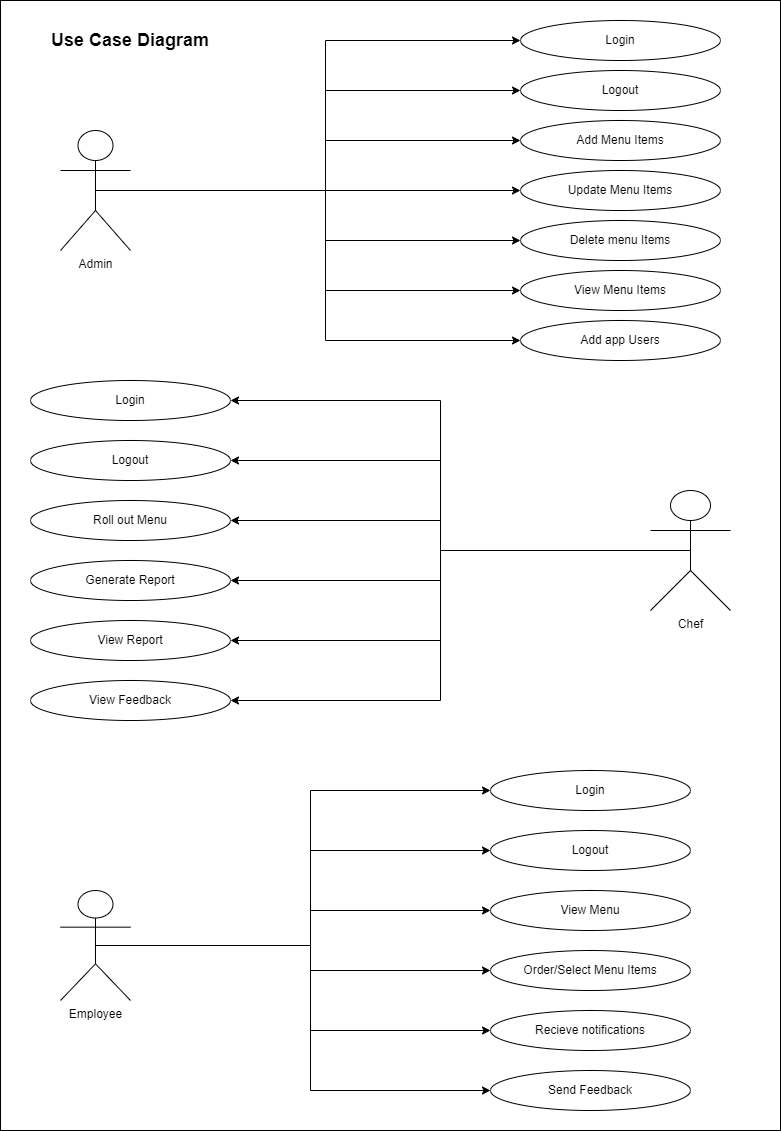
The draw.io diagram UML Diagrams/Use Case Diagram/UseCaseDiagram.drawio.png in Poyam-ITT/Cafeteria_Recommendation_Engine, before a commit. Source tidied: cells renumbered, new cells last; positions are measured from the earlier drawing's top-left corner, leaving out a move shared by most shapes.
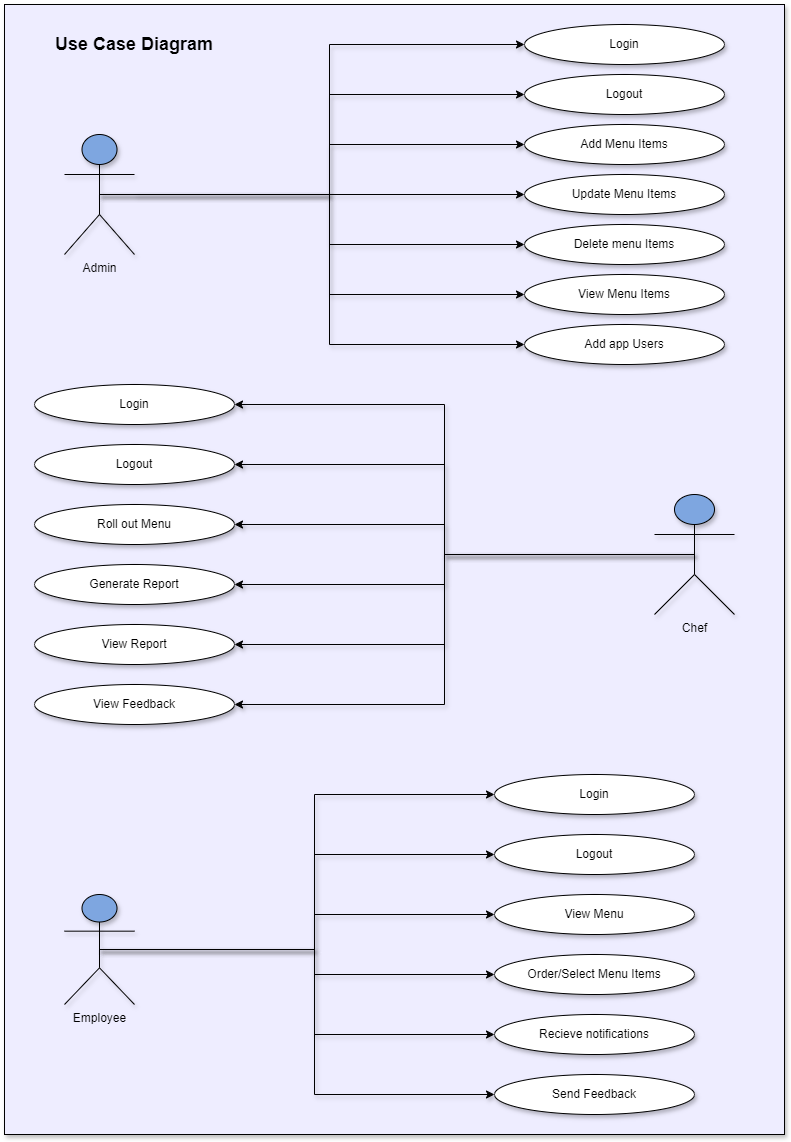
Above is the later version.

Commit message:
Updated Use cases colours

Diff of the diagram source:
```diff
@@ -2,133 +2,133 @@
   <root>
     <mxCell id="0" />
     <mxCell id="1" parent="0" />
-    <mxCell id="2" style="rounded=0;whiteSpace=wrap;html=1;" parent="1" vertex="1">
+    <mxCell id="2" style="rounded=0;whiteSpace=wrap;html=1;fillColor=#EEEDFF;shadow=1;" parent="1" vertex="1">
       <mxGeometry width="780" height="1130" as="geometry" />
     </mxCell>
-    <mxCell id="3" style="edgeStyle=orthogonalEdgeStyle;rounded=0;jettySize=auto;html=1;exitX=0.5;exitY=0.5;exitDx=0;exitDy=0;exitPerimeter=0;entryX=0;entryY=0.5;entryDx=0;entryDy=0;" parent="1" edge="1" source="8" target="40">
+    <mxCell id="3" style="edgeStyle=orthogonalEdgeStyle;rounded=0;jettySize=auto;html=1;exitX=0.5;exitY=0.5;exitDx=0;exitDy=0;exitPerimeter=0;entryX=0;entryY=0.5;entryDx=0;entryDy=0;shadow=1;" parent="1" edge="1" source="8" target="40">
       <mxGeometry relative="1" as="geometry" />
     </mxCell>
-    <mxCell id="4" style="edgeStyle=orthogonalEdgeStyle;rounded=0;jettySize=auto;html=1;exitX=0.5;exitY=0.5;exitDx=0;exitDy=0;exitPerimeter=0;entryX=0;entryY=0.5;entryDx=0;entryDy=0;" parent="1" edge="1" source="8" target="39">
+    <mxCell id="4" style="edgeStyle=orthogonalEdgeStyle;rounded=0;jettySize=auto;html=1;exitX=0.5;exitY=0.5;exitDx=0;exitDy=0;exitPerimeter=0;entryX=0;entryY=0.5;entryDx=0;entryDy=0;shadow=1;" parent="1" edge="1" source="8" target="39">
       <mxGeometry relative="1" as="geometry" />
     </mxCell>
-    <mxCell id="5" style="edgeStyle=orthogonalEdgeStyle;rounded=0;jettySize=auto;html=1;exitX=0.5;exitY=0.5;exitDx=0;exitDy=0;exitPerimeter=0;entryX=0;entryY=0.5;entryDx=0;entryDy=0;" parent="1" edge="1" source="8" target="38">
+    <mxCell id="5" style="edgeStyle=orthogonalEdgeStyle;rounded=0;jettySize=auto;html=1;exitX=0.5;exitY=0.5;exitDx=0;exitDy=0;exitPerimeter=0;entryX=0;entryY=0.5;entryDx=0;entryDy=0;shadow=1;" parent="1" edge="1" source="8" target="38">
       <mxGeometry relative="1" as="geometry" />
     </mxCell>
-    <mxCell id="6" style="edgeStyle=orthogonalEdgeStyle;rounded=0;jettySize=auto;html=1;exitX=0.5;exitY=0.5;exitDx=0;exitDy=0;exitPerimeter=0;entryX=0;entryY=0.5;entryDx=0;entryDy=0;" parent="1" edge="1" source="8" target="37">
+    <mxCell id="6" style="edgeStyle=orthogonalEdgeStyle;rounded=0;jettySize=auto;html=1;exitX=0.5;exitY=0.5;exitDx=0;exitDy=0;exitPerimeter=0;entryX=0;entryY=0.5;entryDx=0;entryDy=0;shadow=1;" parent="1" edge="1" source="8" target="37">
       <mxGeometry relative="1" as="geometry" />
     </mxCell>
-    <mxCell id="7" style="edgeStyle=orthogonalEdgeStyle;rounded=0;jettySize=auto;html=1;exitX=0.5;exitY=0.5;exitDx=0;exitDy=0;exitPerimeter=0;entryX=0;entryY=0.5;entryDx=0;entryDy=0;" parent="1" edge="1" source="8" target="42">
+    <mxCell id="7" style="edgeStyle=orthogonalEdgeStyle;rounded=0;jettySize=auto;html=1;exitX=0.5;exitY=0.5;exitDx=0;exitDy=0;exitPerimeter=0;entryX=0;entryY=0.5;entryDx=0;entryDy=0;shadow=1;" parent="1" edge="1" source="8" target="42">
       <mxGeometry relative="1" as="geometry" />
     </mxCell>
-    <mxCell id="8" value="Employee" style="shape=umlActor;verticalLabelPosition=bottom;verticalAlign=top;html=1;outlineConnect=0;" parent="1" vertex="1">
+    <mxCell id="8" value="Employee" style="shape=umlActor;verticalLabelPosition=bottom;verticalAlign=top;html=1;outlineConnect=0;fillColor=#7EA6E0;shadow=1;" parent="1" vertex="1">
       <mxGeometry x="60" y="890" width="70" height="110" as="geometry" />
     </mxCell>
-    <mxCell id="9" style="edgeStyle=orthogonalEdgeStyle;rounded=0;jettySize=auto;html=1;exitX=0.5;exitY=0.5;exitDx=0;exitDy=0;exitPerimeter=0;entryX=1;entryY=0.5;entryDx=0;entryDy=0;" parent="1" edge="1" source="15" target="32">
+    <mxCell id="9" style="edgeStyle=orthogonalEdgeStyle;rounded=0;jettySize=auto;html=1;exitX=0.5;exitY=0.5;exitDx=0;exitDy=0;exitPerimeter=0;entryX=1;entryY=0.5;entryDx=0;entryDy=0;shadow=1;" parent="1" edge="1" source="15" target="32">
       <mxGeometry relative="1" as="geometry" />
     </mxCell>
-    <mxCell id="10" style="edgeStyle=orthogonalEdgeStyle;rounded=0;jettySize=auto;html=1;exitX=0.5;exitY=0.5;exitDx=0;exitDy=0;exitPerimeter=0;entryX=1;entryY=0.5;entryDx=0;entryDy=0;" parent="1" edge="1" source="15" target="31">
+    <mxCell id="10" style="edgeStyle=orthogonalEdgeStyle;rounded=0;jettySize=auto;html=1;exitX=0.5;exitY=0.5;exitDx=0;exitDy=0;exitPerimeter=0;entryX=1;entryY=0.5;entryDx=0;entryDy=0;shadow=1;" parent="1" edge="1" source="15" target="31">
       <mxGeometry relative="1" as="geometry" />
     </mxCell>
-    <mxCell id="11" style="edgeStyle=orthogonalEdgeStyle;rounded=0;jettySize=auto;html=1;exitX=0.5;exitY=0.5;exitDx=0;exitDy=0;exitPerimeter=0;entryX=1;entryY=0.5;entryDx=0;entryDy=0;" parent="1" edge="1" source="15" target="30">
+    <mxCell id="11" style="edgeStyle=orthogonalEdgeStyle;rounded=0;jettySize=auto;html=1;exitX=0.5;exitY=0.5;exitDx=0;exitDy=0;exitPerimeter=0;entryX=1;entryY=0.5;entryDx=0;entryDy=0;shadow=1;" parent="1" edge="1" source="15" target="30">
       <mxGeometry relative="1" as="geometry" />
     </mxCell>
-    <mxCell id="12" style="edgeStyle=orthogonalEdgeStyle;rounded=0;jettySize=auto;html=1;exitX=0.5;exitY=0.5;exitDx=0;exitDy=0;exitPerimeter=0;entryX=1;entryY=0.5;entryDx=0;entryDy=0;" parent="1" edge="1" source="15" target="29">
+    <mxCell id="12" style="edgeStyle=orthogonalEdgeStyle;rounded=0;jettySize=auto;html=1;exitX=0.5;exitY=0.5;exitDx=0;exitDy=0;exitPerimeter=0;entryX=1;entryY=0.5;entryDx=0;entryDy=0;shadow=1;" parent="1" edge="1" source="15" target="29">
       <mxGeometry relative="1" as="geometry" />
     </mxCell>
-    <mxCell id="13" style="edgeStyle=orthogonalEdgeStyle;rounded=0;jettySize=auto;html=1;exitX=0.5;exitY=0.5;exitDx=0;exitDy=0;exitPerimeter=0;entryX=1;entryY=0.5;entryDx=0;entryDy=0;" parent="1" edge="1" source="15" target="28">
+    <mxCell id="13" style="edgeStyle=orthogonalEdgeStyle;rounded=0;jettySize=auto;html=1;exitX=0.5;exitY=0.5;exitDx=0;exitDy=0;exitPerimeter=0;entryX=1;entryY=0.5;entryDx=0;entryDy=0;shadow=1;" parent="1" edge="1" source="15" target="28">
       <mxGeometry relative="1" as="geometry" />
     </mxCell>
-    <mxCell id="14" style="edgeStyle=orthogonalEdgeStyle;rounded=0;jettySize=auto;html=1;exitX=0.5;exitY=0.5;exitDx=0;exitDy=0;exitPerimeter=0;entryX=1;entryY=0.5;entryDx=0;entryDy=0;" parent="1" edge="1" source="15" target="27">
+    <mxCell id="14" style="edgeStyle=orthogonalEdgeStyle;rounded=0;jettySize=auto;html=1;exitX=0.5;exitY=0.5;exitDx=0;exitDy=0;exitPerimeter=0;entryX=1;entryY=0.5;entryDx=0;entryDy=0;shadow=1;" parent="1" edge="1" source="15" target="27">
       <mxGeometry relative="1" as="geometry" />
     </mxCell>
-    <mxCell id="15" value="Chef" style="shape=umlActor;verticalLabelPosition=bottom;verticalAlign=top;html=1;outlineConnect=0;" parent="1" vertex="1">
+    <mxCell id="15" value="Chef" style="shape=umlActor;verticalLabelPosition=bottom;verticalAlign=top;html=1;outlineConnect=0;fillColor=#7EA6E0;shadow=1;" parent="1" vertex="1">
       <mxGeometry x="650" y="490" width="80" height="120" as="geometry" />
     </mxCell>
-    <mxCell id="16" style="edgeStyle=orthogonalEdgeStyle;rounded=0;jettySize=auto;html=1;entryX=0;entryY=0.5;entryDx=0;entryDy=0;" parent="1" edge="1" source="22" target="23">
+    <mxCell id="16" style="edgeStyle=orthogonalEdgeStyle;rounded=0;jettySize=auto;html=1;entryX=0;entryY=0.5;entryDx=0;entryDy=0;shadow=1;" parent="1" edge="1" source="22" target="23">
       <mxGeometry relative="1" as="geometry" />
     </mxCell>
-    <mxCell id="17" style="edgeStyle=orthogonalEdgeStyle;rounded=0;jettySize=auto;html=1;exitX=0.5;exitY=0.5;exitDx=0;exitDy=0;exitPerimeter=0;entryX=0;entryY=0.5;entryDx=0;entryDy=0;" parent="1" edge="1" source="22" target="24">
+    <mxCell id="17" style="edgeStyle=orthogonalEdgeStyle;rounded=0;jettySize=auto;html=1;exitX=0.5;exitY=0.5;exitDx=0;exitDy=0;exitPerimeter=0;entryX=0;entryY=0.5;entryDx=0;entryDy=0;shadow=1;" parent="1" edge="1" source="22" target="24">
       <mxGeometry relative="1" as="geometry" />
     </mxCell>
-    <mxCell id="18" style="edgeStyle=orthogonalEdgeStyle;rounded=0;jettySize=auto;html=1;exitX=0.5;exitY=0.5;exitDx=0;exitDy=0;exitPerimeter=0;entryX=0;entryY=0.5;entryDx=0;entryDy=0;" parent="1" edge="1" source="22" target="25">
+    <mxCell id="18" style="edgeStyle=orthogonalEdgeStyle;rounded=0;jettySize=auto;html=1;exitX=0.5;exitY=0.5;exitDx=0;exitDy=0;exitPerimeter=0;entryX=0;entryY=0.5;entryDx=0;entryDy=0;shadow=1;" parent="1" edge="1" source="22" target="25">
       <mxGeometry relative="1" as="geometry" />
     </mxCell>
-    <mxCell id="19" style="edgeStyle=orthogonalEdgeStyle;rounded=0;jettySize=auto;html=1;exitX=0.5;exitY=0.5;exitDx=0;exitDy=0;exitPerimeter=0;" parent="1" edge="1" source="22" target="26">
+    <mxCell id="19" style="edgeStyle=orthogonalEdgeStyle;rounded=0;jettySize=auto;html=1;exitX=0.5;exitY=0.5;exitDx=0;exitDy=0;exitPerimeter=0;shadow=1;" parent="1" edge="1" source="22" target="26">
       <mxGeometry relative="1" as="geometry" />
     </mxCell>
-    <mxCell id="20" style="edgeStyle=orthogonalEdgeStyle;rounded=0;jettySize=auto;html=1;exitX=0.5;exitY=0.5;exitDx=0;exitDy=0;exitPerimeter=0;entryX=0;entryY=0.5;entryDx=0;entryDy=0;" parent="1" edge="1" source="22" target="33">
+    <mxCell id="20" style="edgeStyle=orthogonalEdgeStyle;rounded=0;jettySize=auto;html=1;exitX=0.5;exitY=0.5;exitDx=0;exitDy=0;exitPerimeter=0;entryX=0;entryY=0.5;entryDx=0;entryDy=0;shadow=1;" parent="1" edge="1" source="22" target="33">
       <mxGeometry relative="1" as="geometry" />
     </mxCell>
-    <mxCell id="21" style="edgeStyle=orthogonalEdgeStyle;rounded=0;jettySize=auto;html=1;exitX=0.5;exitY=0.5;exitDx=0;exitDy=0;exitPerimeter=0;entryX=0;entryY=0.5;entryDx=0;entryDy=0;" parent="1" edge="1" source="22" target="34">
+    <mxCell id="21" style="edgeStyle=orthogonalEdgeStyle;rounded=0;jettySize=auto;html=1;exitX=0.5;exitY=0.5;exitDx=0;exitDy=0;exitPerimeter=0;entryX=0;entryY=0.5;entryDx=0;entryDy=0;shadow=1;" parent="1" edge="1" source="22" target="34">
       <mxGeometry relative="1" as="geometry" />
     </mxCell>
-    <mxCell id="22" value="Admin" style="shape=umlActor;verticalLabelPosition=bottom;verticalAlign=top;html=1;outlineConnect=0;fillColor=default;" parent="1" vertex="1">
+    <mxCell id="22" value="Admin" style="shape=umlActor;verticalLabelPosition=bottom;verticalAlign=top;html=1;outlineConnect=0;fillColor=#7EA6E0;shadow=1;" parent="1" vertex="1">
       <mxGeometry x="60" y="130" width="70" height="120" as="geometry" />
     </mxCell>
-    <mxCell id="23" value="Login" style="ellipse;whiteSpace=wrap;html=1;" parent="1" vertex="1">
+    <mxCell id="23" value="Login" style="ellipse;whiteSpace=wrap;html=1;shadow=1;" parent="1" vertex="1">
       <mxGeometry x="520" y="20" width="200" height="40" as="geometry" />
     </mxCell>
-    <mxCell id="24" value="Logout" style="ellipse;whiteSpace=wrap;html=1;" parent="1" vertex="1">
+    <mxCell id="24" value="Logout" style="ellipse;whiteSpace=wrap;html=1;shadow=1;" parent="1" vertex="1">
       <mxGeometry x="520" y="70" width="200" height="40" as="geometry" />
     </mxCell>
-    <mxCell id="25" value="Add Menu Items" style="ellipse;whiteSpace=wrap;html=1;" parent="1" vertex="1">
+    <mxCell id="25" value="Add Menu Items" style="ellipse;whiteSpace=wrap;html=1;shadow=1;" parent="1" vertex="1">
       <mxGeometry x="520" y="120" width="200" height="40" as="geometry" />
     </mxCell>
-    <mxCell id="26" value="Update Menu Items" style="ellipse;whiteSpace=wrap;html=1;" parent="1" vertex="1">
+    <mxCell id="26" value="Update Menu Items" style="ellipse;whiteSpace=wrap;html=1;shadow=1;" parent="1" vertex="1">
       <mxGeometry x="520" y="170" width="200" height="40" as="geometry" />
     </mxCell>
-    <mxCell id="27" value="View Feedback" style="ellipse;whiteSpace=wrap;html=1;" parent="1" vertex="1">
+    <mxCell id="27" value="View Feedback" style="ellipse;whiteSpace=wrap;html=1;shadow=1;" parent="1" vertex="1">
       <mxGeometry x="30" y="680" width="200" height="40" as="geometry" />
     </mxCell>
-    <mxCell id="28" value="View Report" style="ellipse;whiteSpace=wrap;html=1;" parent="1" vertex="1">
+    <mxCell id="28" value="View Report" style="ellipse;whiteSpace=wrap;html=1;shadow=1;" parent="1" vertex="1">
       <mxGeometry x="30" y="620" width="200" height="40" as="geometry" />
     </mxCell>
-    <mxCell id="29" value="Generate Report" style="ellipse;whiteSpace=wrap;html=1;" parent="1" vertex="1">
+    <mxCell id="29" value="Generate Report" style="ellipse;whiteSpace=wrap;html=1;shadow=1;" parent="1" vertex="1">
       <mxGeometry x="30" y="560" width="200" height="40" as="geometry" />
     </mxCell>
-    <mxCell id="30" value="Roll out Menu" style="ellipse;whiteSpace=wrap;html=1;" parent="1" vertex="1">
+    <mxCell id="30" value="Roll out Menu" style="ellipse;whiteSpace=wrap;html=1;shadow=1;" parent="1" vertex="1">
       <mxGeometry x="30" y="500" width="200" height="40" as="geometry" />
     </mxCell>
-    <mxCell id="31" value="Logout" style="ellipse;whiteSpace=wrap;html=1;" parent="1" vertex="1">
+    <mxCell id="31" value="Logout" style="ellipse;whiteSpace=wrap;html=1;shadow=1;" parent="1" vertex="1">
       <mxGeometry x="30" y="440" width="200" height="40" as="geometry" />
     </mxCell>
-    <mxCell id="32" value="Login" style="ellipse;whiteSpace=wrap;html=1;" parent="1" vertex="1">
+    <mxCell id="32" value="Login" style="ellipse;whiteSpace=wrap;html=1;shadow=1;" parent="1" vertex="1">
       <mxGeometry x="30" y="380" width="200" height="40" as="geometry" />
     </mxCell>
-    <mxCell id="33" value="View Menu Items" style="ellipse;whiteSpace=wrap;html=1;" parent="1" vertex="1">
+    <mxCell id="33" value="View Menu Items" style="ellipse;whiteSpace=wrap;html=1;shadow=1;" parent="1" vertex="1">
       <mxGeometry x="520" y="270" width="200" height="40" as="geometry" />
     </mxCell>
-    <mxCell id="34" value="Add app Users" style="ellipse;whiteSpace=wrap;html=1;" parent="1" vertex="1">
+    <mxCell id="34" value="Add app Users" style="ellipse;whiteSpace=wrap;html=1;shadow=1;" parent="1" vertex="1">
       <mxGeometry x="520" y="320" width="200" height="40" as="geometry" />
     </mxCell>
-    <mxCell id="35" value="Delete menu Items" style="ellipse;whiteSpace=wrap;html=1;" parent="1" vertex="1">
+    <mxCell id="35" value="Delete menu Items" style="ellipse;whiteSpace=wrap;html=1;shadow=1;" parent="1" vertex="1">
       <mxGeometry x="520" y="220" width="200" height="40" as="geometry" />
     </mxCell>
-    <mxCell id="36" value="Recieve notifications" style="ellipse;whiteSpace=wrap;html=1;" parent="1" vertex="1">
+    <mxCell id="36" value="Recieve notifications" style="ellipse;whiteSpace=wrap;html=1;shadow=1;" parent="1" vertex="1">
       <mxGeometry x="490" y="1010" width="200" height="40" as="geometry" />
     </mxCell>
-    <mxCell id="37" value="Order/Select Menu Items" style="ellipse;whiteSpace=wrap;html=1;" parent="1" vertex="1">
+    <mxCell id="37" value="Order/Select Menu Items" style="ellipse;whiteSpace=wrap;html=1;shadow=1;" parent="1" vertex="1">
       <mxGeometry x="490" y="950" width="200" height="40" as="geometry" />
     </mxCell>
-    <mxCell id="38" value="View Menu" style="ellipse;whiteSpace=wrap;html=1;" parent="1" vertex="1">
+    <mxCell id="38" value="View Menu" style="ellipse;whiteSpace=wrap;html=1;shadow=1;" parent="1" vertex="1">
       <mxGeometry x="490" y="890" width="200" height="40" as="geometry" />
     </mxCell>
-    <mxCell id="39" value="Logout" style="ellipse;whiteSpace=wrap;html=1;" parent="1" vertex="1">
+    <mxCell id="39" value="Logout" style="ellipse;whiteSpace=wrap;html=1;shadow=1;" parent="1" vertex="1">
       <mxGeometry x="490" y="830" width="200" height="40" as="geometry" />
     </mxCell>
-    <mxCell id="40" value="Login" style="ellipse;whiteSpace=wrap;html=1;" parent="1" vertex="1">
+    <mxCell id="40" value="Login" style="ellipse;whiteSpace=wrap;html=1;shadow=1;" parent="1" vertex="1">
       <mxGeometry x="490" y="770" width="200" height="40" as="geometry" />
     </mxCell>
-    <mxCell id="41" style="edgeStyle=orthogonalEdgeStyle;rounded=0;jettySize=auto;html=1;exitX=0.5;exitY=0.5;exitDx=0;exitDy=0;exitPerimeter=0;entryX=0;entryY=0.5;entryDx=0;entryDy=0;" parent="1" edge="1" source="22" target="35">
+    <mxCell id="41" style="edgeStyle=orthogonalEdgeStyle;rounded=0;jettySize=auto;html=1;exitX=0.5;exitY=0.5;exitDx=0;exitDy=0;exitPerimeter=0;entryX=0;entryY=0.5;entryDx=0;entryDy=0;shadow=1;" parent="1" edge="1" source="22" target="35">
       <mxGeometry relative="1" as="geometry" />
     </mxCell>
-    <mxCell id="42" value="Send Feedback" style="ellipse;whiteSpace=wrap;html=1;" parent="1" vertex="1">
+    <mxCell id="42" value="Send Feedback" style="ellipse;whiteSpace=wrap;html=1;shadow=1;" parent="1" vertex="1">
       <mxGeometry x="490" y="1070" width="200" height="40" as="geometry" />
     </mxCell>
-    <mxCell id="43" style="edgeStyle=orthogonalEdgeStyle;rounded=0;jettySize=auto;html=1;exitX=0.5;exitY=0.5;exitDx=0;exitDy=0;exitPerimeter=0;entryX=0;entryY=0.5;entryDx=0;entryDy=0;" parent="1" edge="1" source="8" target="36">
+    <mxCell id="43" style="edgeStyle=orthogonalEdgeStyle;rounded=0;jettySize=auto;html=1;exitX=0.5;exitY=0.5;exitDx=0;exitDy=0;exitPerimeter=0;entryX=0;entryY=0.5;entryDx=0;entryDy=0;shadow=1;" parent="1" edge="1" source="8" target="36">
       <mxGeometry relative="1" as="geometry" />
     </mxCell>
-    <mxCell id="44" value="&lt;b&gt;&lt;font style=&quot;font-size: 18px;&quot;&gt;Use Case Diagram&lt;/font&gt;&lt;/b&gt;" style="text;html=1;align=center;verticalAlign=middle;whiteSpace=wrap;rounded=0;" parent="1" vertex="1">
+    <mxCell id="44" value="&lt;b&gt;&lt;font style=&quot;font-size: 18px;&quot;&gt;Use Case Diagram&lt;/font&gt;&lt;/b&gt;" style="text;html=1;align=center;verticalAlign=middle;whiteSpace=wrap;rounded=0;shadow=1;" parent="1" vertex="1">
       <mxGeometry x="30" y="25" width="200" height="30" as="geometry" />
     </mxCell>
   </root>
```
